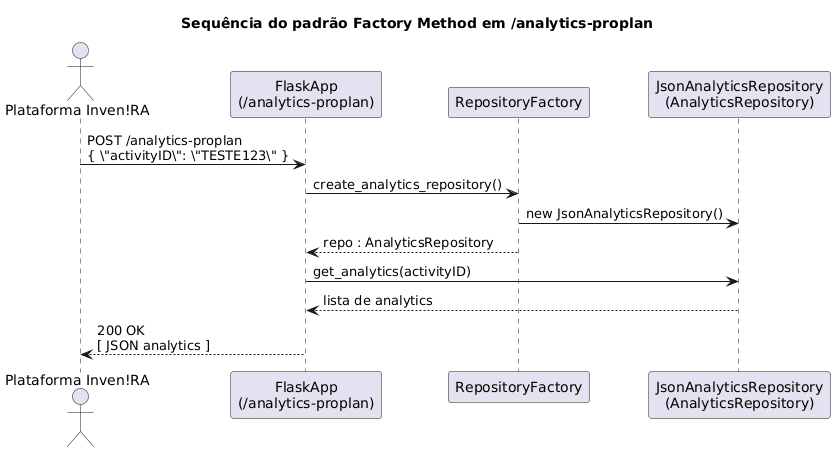
AndreMacielSousa/ArquitecturaPadroesSoftware2025 keeps this PlantUML diagram as Padroes_DiagramaSequencia.png. Above is the earlier version.
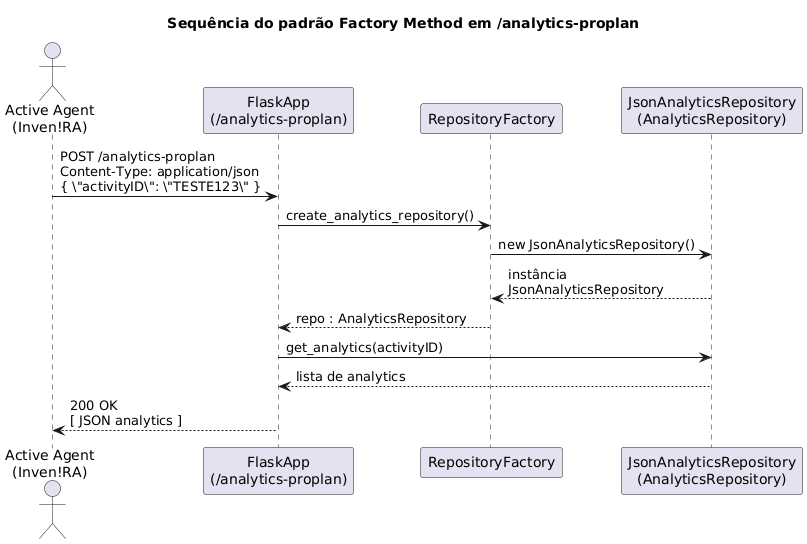
Later version of the same file.

The edit, as a diff of the source:
```diff
@@ -1,19 +1,21 @@
 @startuml
 title Sequência do padrão Factory Method em /analytics-proplan
 
-actor "Plataforma Inven!RA" as Invenira
-participant "FlaskApp\n(/analytics-proplan)" as Flask
-participant "RepositoryFactory" as Factory
-participant "JsonAnalyticsRepository\n(AnalyticsRepository)" as Repo
+actor "Active Agent\n(Inven!RA)" as ActiveAgent
+participant "FlaskApp\n(/analytics-proplan)" as FlaskApp
+participant "RepositoryFactory" as RepoFactory
+participant "JsonAnalyticsRepository\n(AnalyticsRepository)" as JsonRepo
 
-Invenira -> Flask : POST /analytics-proplan\n{ \"activityID\": \"TESTE123\" }
+ActiveAgent -> FlaskApp : POST /analytics-proplan\nContent-Type: application/json\n{ \"activityID\": \"TESTE123\" }
 
-Flask -> Factory : create_analytics_repository()
-Factory -> Repo : new JsonAnalyticsRepository()
-Factory --> Flask : repo : AnalyticsRepository
+FlaskApp -> RepoFactory : create_analytics_repository()
+RepoFactory -> JsonRepo : new JsonAnalyticsRepository()
+RepoFactory <-- JsonRepo : instância\nJsonAnalyticsRepository
 
-Flask -> Repo : get_analytics(activityID)
-Repo --> Flask : lista de analytics
+FlaskApp <-- RepoFactory : repo : AnalyticsRepository
 
-Flask --> Invenira : 200 OK\n[ JSON analytics ]
+FlaskApp -> JsonRepo : get_analytics(activityID)
+JsonRepo --> FlaskApp : lista de analytics
+
+FlaskApp --> ActiveAgent : 200 OK\n[ JSON analytics ]
 @enduml
```
